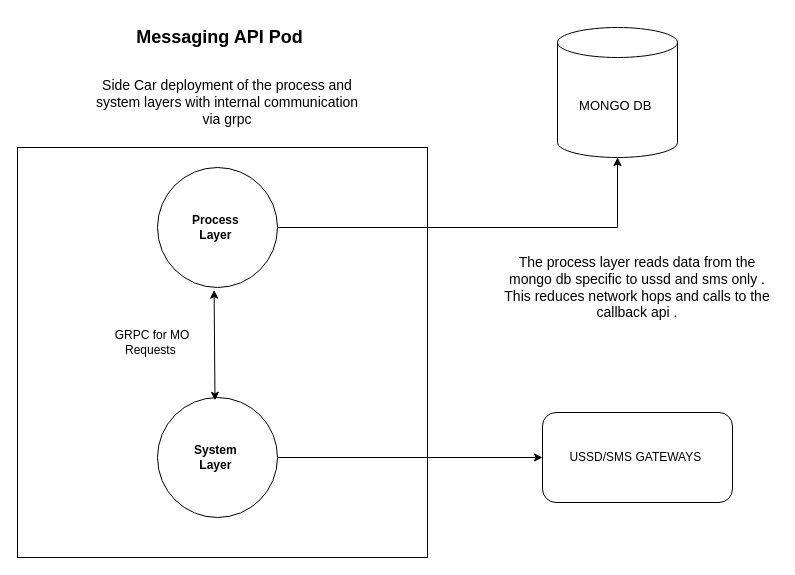
This is MTN-Architectures.drawio from tyger-rareatom/consulting-architectures, a draw.io file, before an edit. Source tidied: cells renumbered, new cells numbered last; positions are measured from the earlier drawing's top-left corner, leaving out a move shared by most shapes. Both pictures are drawn from the tidied source at 100%, with x=0, y=0 at pixel (17, 17).
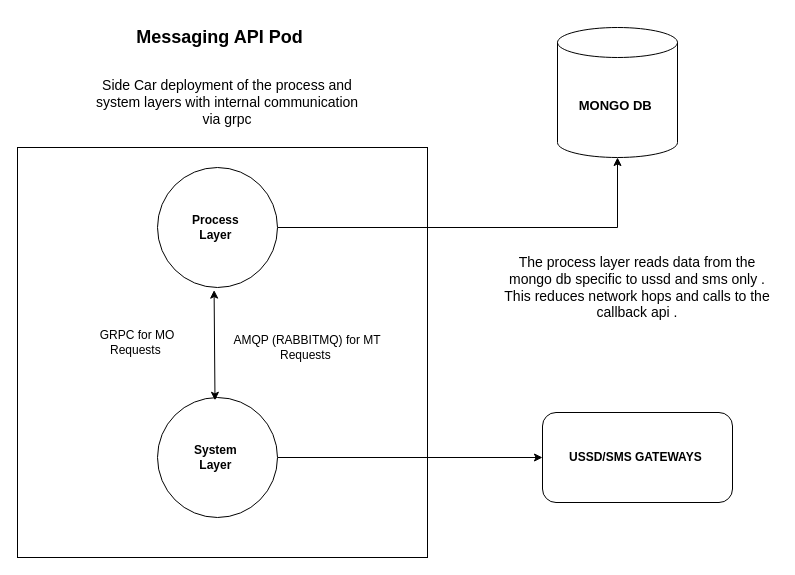
Above is the later version.

Commit message:
Hi scalability enhancements

What changed in the source:
```diff
@@
 <mxGraphModel>
   <root>
     <mxCell id="0" />
     <mxCell id="1" parent="0" />
     <mxCell id="2" style="whiteSpace=wrap;html=1;" parent="1" vertex="1">
       <mxGeometry y="130" width="410" height="410" as="geometry" />
     </mxCell>
     <mxCell id="3" style="edgeStyle=orthogonalEdgeStyle;rounded=0;jettySize=auto;html=1;entryX=0;entryY=0.5;entryDx=0;entryDy=0;" parent="1" edge="1" source="4" target="12">
       <mxGeometry relative="1" as="geometry" />
     </mxCell>
     <mxCell id="4" value="&lt;b&gt;System&amp;nbsp;&lt;br&gt;Layer&amp;nbsp;&lt;/b&gt;" style="ellipse;whiteSpace=wrap;html=1;" parent="1" vertex="1">
       <mxGeometry x="140" y="380" width="120" height="120" as="geometry" />
     </mxCell>
     <mxCell id="5" style="edgeStyle=orthogonalEdgeStyle;rounded=0;jettySize=auto;html=1;" parent="1" edge="1" source="6" target="10">
       <mxGeometry relative="1" as="geometry" />
     </mxCell>
     <mxCell id="6" value="&lt;b&gt;Process&amp;nbsp;&lt;br&gt;Layer&amp;nbsp;&lt;/b&gt;" style="ellipse;whiteSpace=wrap;html=1;" parent="1" vertex="1">
       <mxGeometry x="140" y="150" width="120" height="120" as="geometry" />
     </mxCell>
     <mxCell id="7" style="endArrow=classic;startArrow=classic;html=1;entryX=0.345;entryY=0.982;entryDx=0;entryDy=0;entryPerimeter=0;exitX=0.339;exitY=0.02;exitDx=0;exitDy=0;exitPerimeter=0;" parent="1" edge="1">
       <mxGeometry relative="1" as="geometry">
         <mxPoint x="197.5" y="382.8" as="sourcePoint" />
         <mxPoint x="196.6" y="272.6" as="targetPoint" />
       </mxGeometry>
     </mxCell>
     <mxCell id="8" value="GRPC for MO Requests&amp;nbsp;" style="text;html=1;strokeColor=none;fillColor=none;align=center;verticalAlign=middle;whiteSpace=wrap;rounded=0;" parent="1" vertex="1">
-      <mxGeometry x="90" y="290" width="90" height="70" as="geometry" />
+      <mxGeometry x="60" y="290" width="120" height="70" as="geometry" />
     </mxCell>
     <mxCell id="9" value="&lt;font style=&quot;font-size: 14px&quot;&gt;Side Car deployment of the process and system layers with internal communication via grpc&lt;/font&gt;" style="text;html=1;strokeColor=none;fillColor=none;align=center;verticalAlign=middle;whiteSpace=wrap;rounded=0;" parent="1" vertex="1">
       <mxGeometry x="70" y="50" width="280" height="70" as="geometry" />
     </mxCell>
-    <mxCell id="10" value="MONGO DB&amp;nbsp;" style="shape=cylinder3;whiteSpace=wrap;html=1;boundedLbl=1;backgroundOutline=1;size=15;fontSize=13;" parent="1" vertex="1">
+    <mxCell id="10" value="&lt;b&gt;MONGO DB&amp;nbsp;&lt;/b&gt;" style="shape=cylinder3;whiteSpace=wrap;html=1;boundedLbl=1;backgroundOutline=1;size=15;fontSize=13;" parent="1" vertex="1">
       <mxGeometry x="540" y="10" width="120" height="130" as="geometry" />
     </mxCell>
     <mxCell id="11" value="&lt;font style=&quot;font-size: 14px&quot;&gt;The process layer reads data from the mongo db specific to ussd and sms only . This reduces network hops and calls to the callback api .&lt;/font&gt;" style="text;html=1;strokeColor=none;fillColor=none;align=center;verticalAlign=middle;whiteSpace=wrap;rounded=0;fontSize=13;" parent="1" vertex="1">
       <mxGeometry x="480" y="230" width="280" height="80" as="geometry" />
     </mxCell>
-    <mxCell id="12" value="USSD/SMS GATEWAYS&amp;nbsp;" style="rounded=1;whiteSpace=wrap;html=1;" parent="1" vertex="1">
+    <mxCell id="12" value="&lt;b&gt;USSD/SMS GATEWAYS&amp;nbsp;&lt;/b&gt;" style="rounded=1;whiteSpace=wrap;html=1;" parent="1" vertex="1">
       <mxGeometry x="525" y="395" width="190" height="90" as="geometry" />
     </mxCell>
     <mxCell id="13" value="&lt;b&gt;&lt;font style=&quot;font-size: 18px&quot;&gt;Messaging API Pod&amp;nbsp;&lt;/font&gt;&lt;/b&gt;" style="text;html=1;strokeColor=none;fillColor=none;align=center;verticalAlign=middle;whiteSpace=wrap;rounded=0;" parent="1" vertex="1">
       <mxGeometry x="75" width="260" height="40" as="geometry" />
     </mxCell>
+    <mxCell id="14" value="AMQP (RABBITMQ) for MT Requests&amp;nbsp;" style="text;html=1;strokeColor=none;fillColor=none;align=center;verticalAlign=middle;whiteSpace=wrap;rounded=0;" parent="1" vertex="1">
+      <mxGeometry x="210" y="290" width="160" height="80" as="geometry" />
+    </mxCell>
   </root>
 </mxGraphModel>
```
